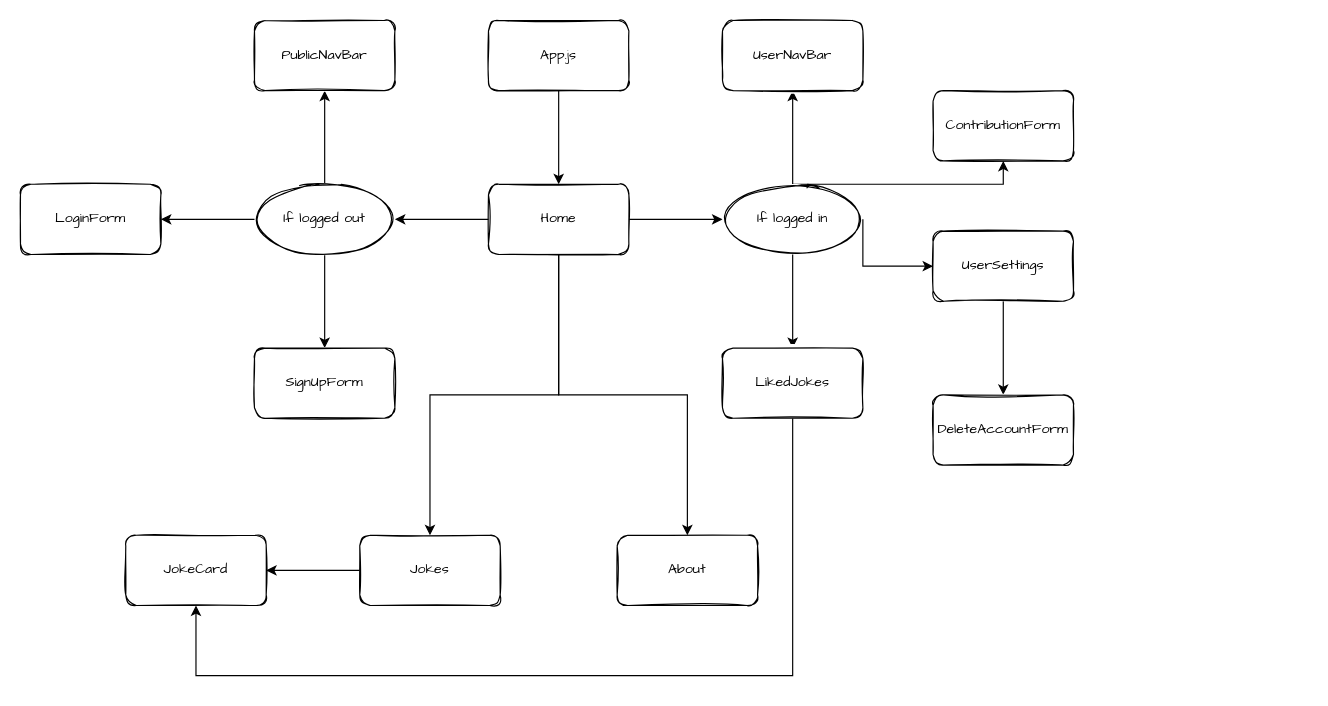
Earlier version of the draw.io diagram diagrams/component-hierarchy-diagram.drawio (benjaminobambino/good-dad-bad-jokes). Source tidied: cells renumbered, new cells numbered last; positions are measured from the earlier drawing's top-left corner, leaving out a move shared by most shapes. Both pictures are drawn from the tidied source at 117%, with x=0, y=0 at pixel (20, 20).
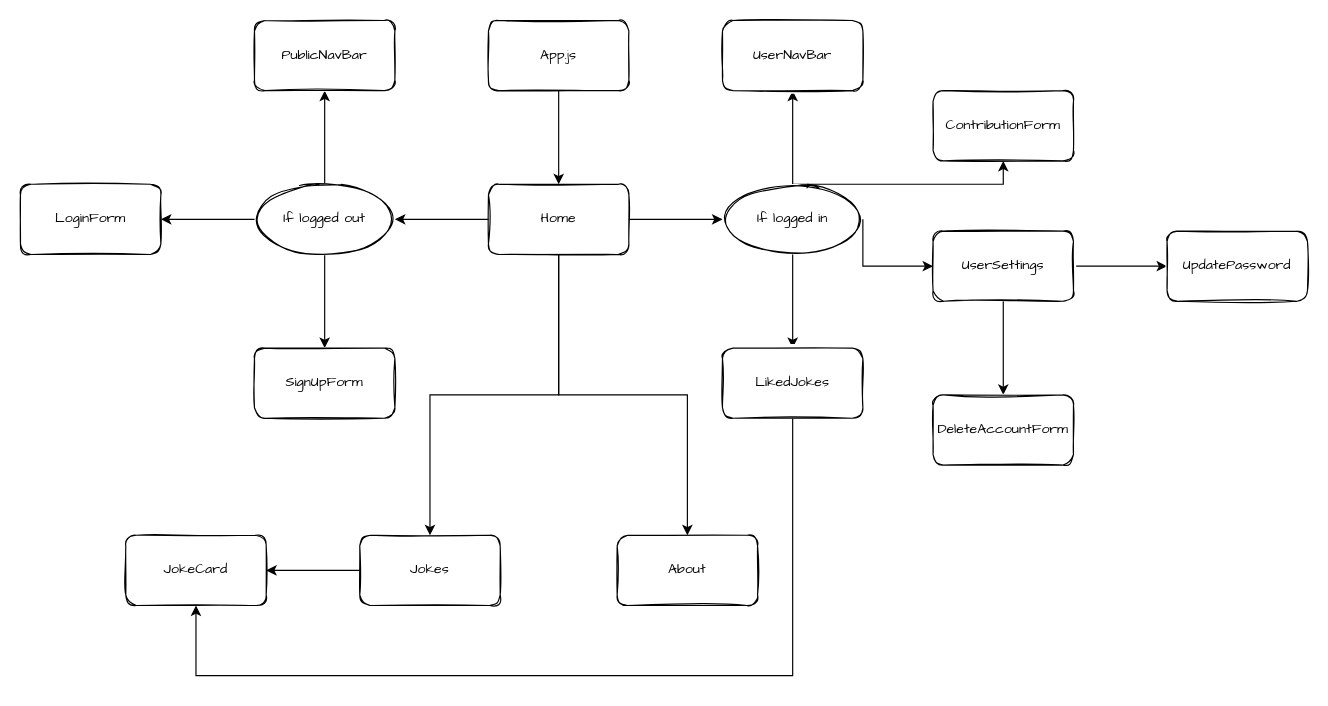
The same diagram, later.

The change refers to these unchanged cells:
```xml
<mxCell id="30" value="UserSettings" style="whiteSpace=wrap;html=1;fontFamily=Comic Sans MS;rounded=1;sketch=1;" parent="1" vertex="1">
  <mxGeometry x="780" y="180" width="120" height="60" as="geometry" />
</mxCell>
```

Change to the diagram source:
```diff
@@
+    <mxCell id="32" style="edgeStyle=orthogonalEdgeStyle;rounded=0;jettySize=auto;html=1;" parent="1" edge="1" source="30" target="33">
+      <mxGeometry relative="1" as="geometry" />
+    </mxCell>
@@
+    <mxCell id="33" value="UpdatePassword" style="whiteSpace=wrap;html=1;fontFamily=Comic Sans MS;rounded=1;sketch=1;" parent="1" vertex="1">
+      <mxGeometry x="980" y="180" width="120" height="60" as="geometry" />
+    </mxCell>
```
